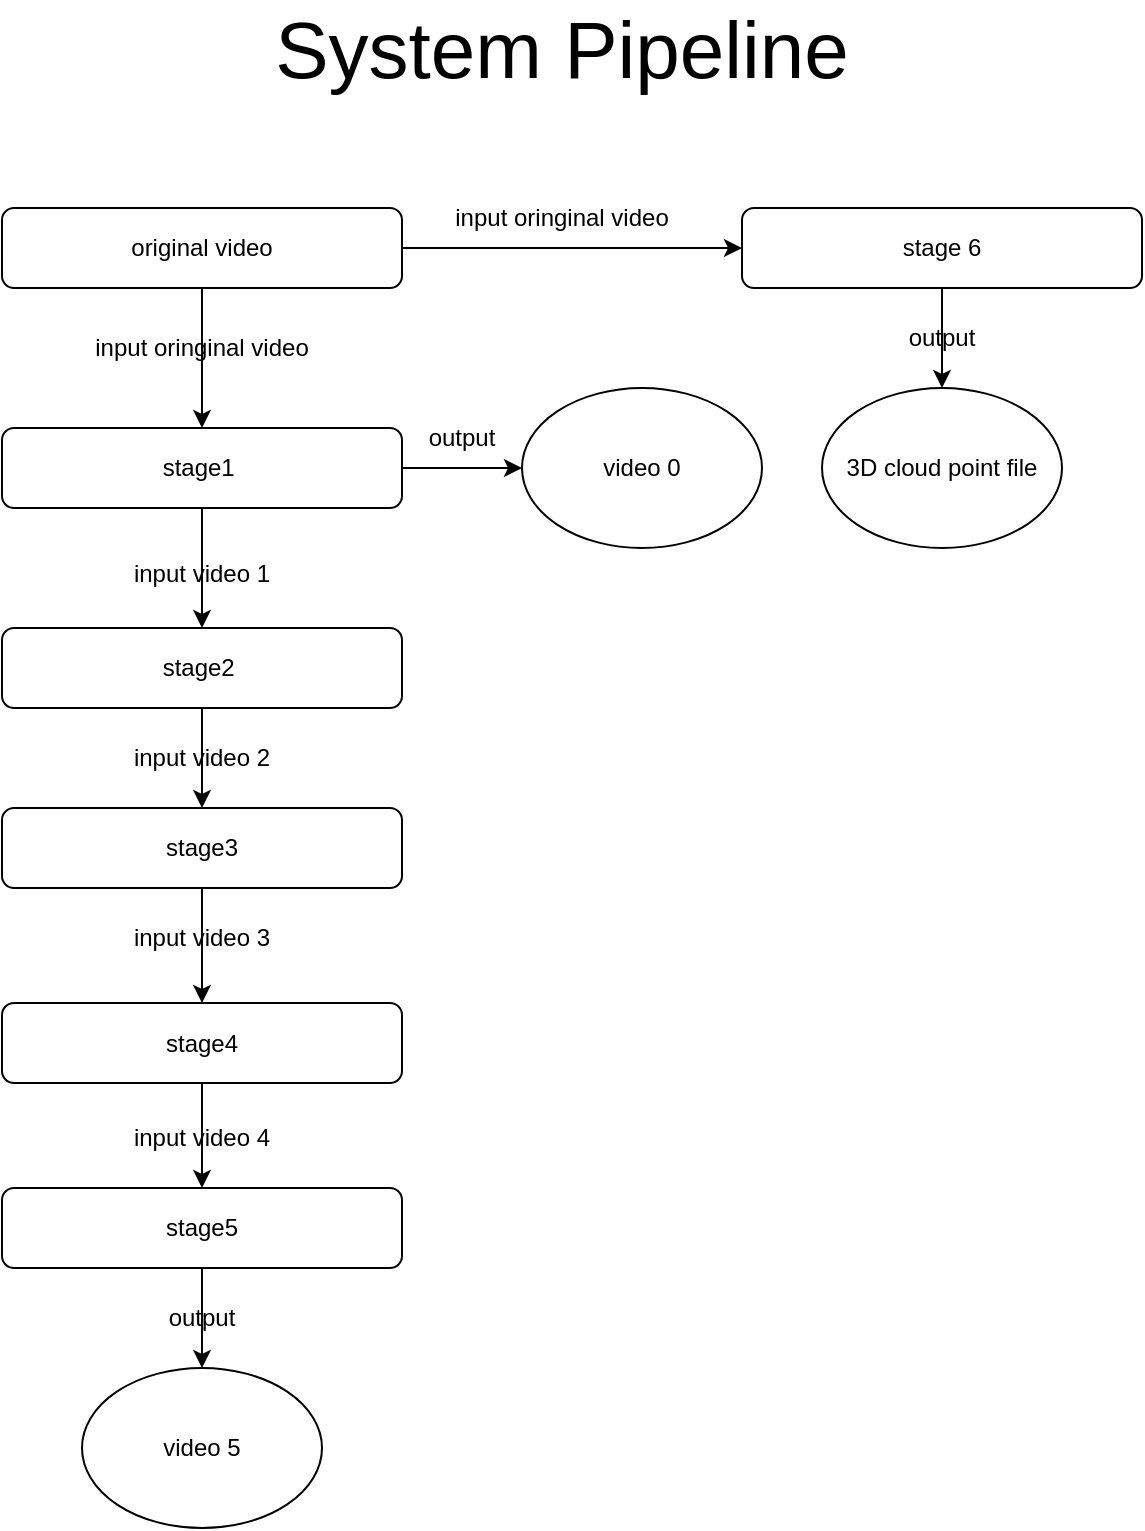
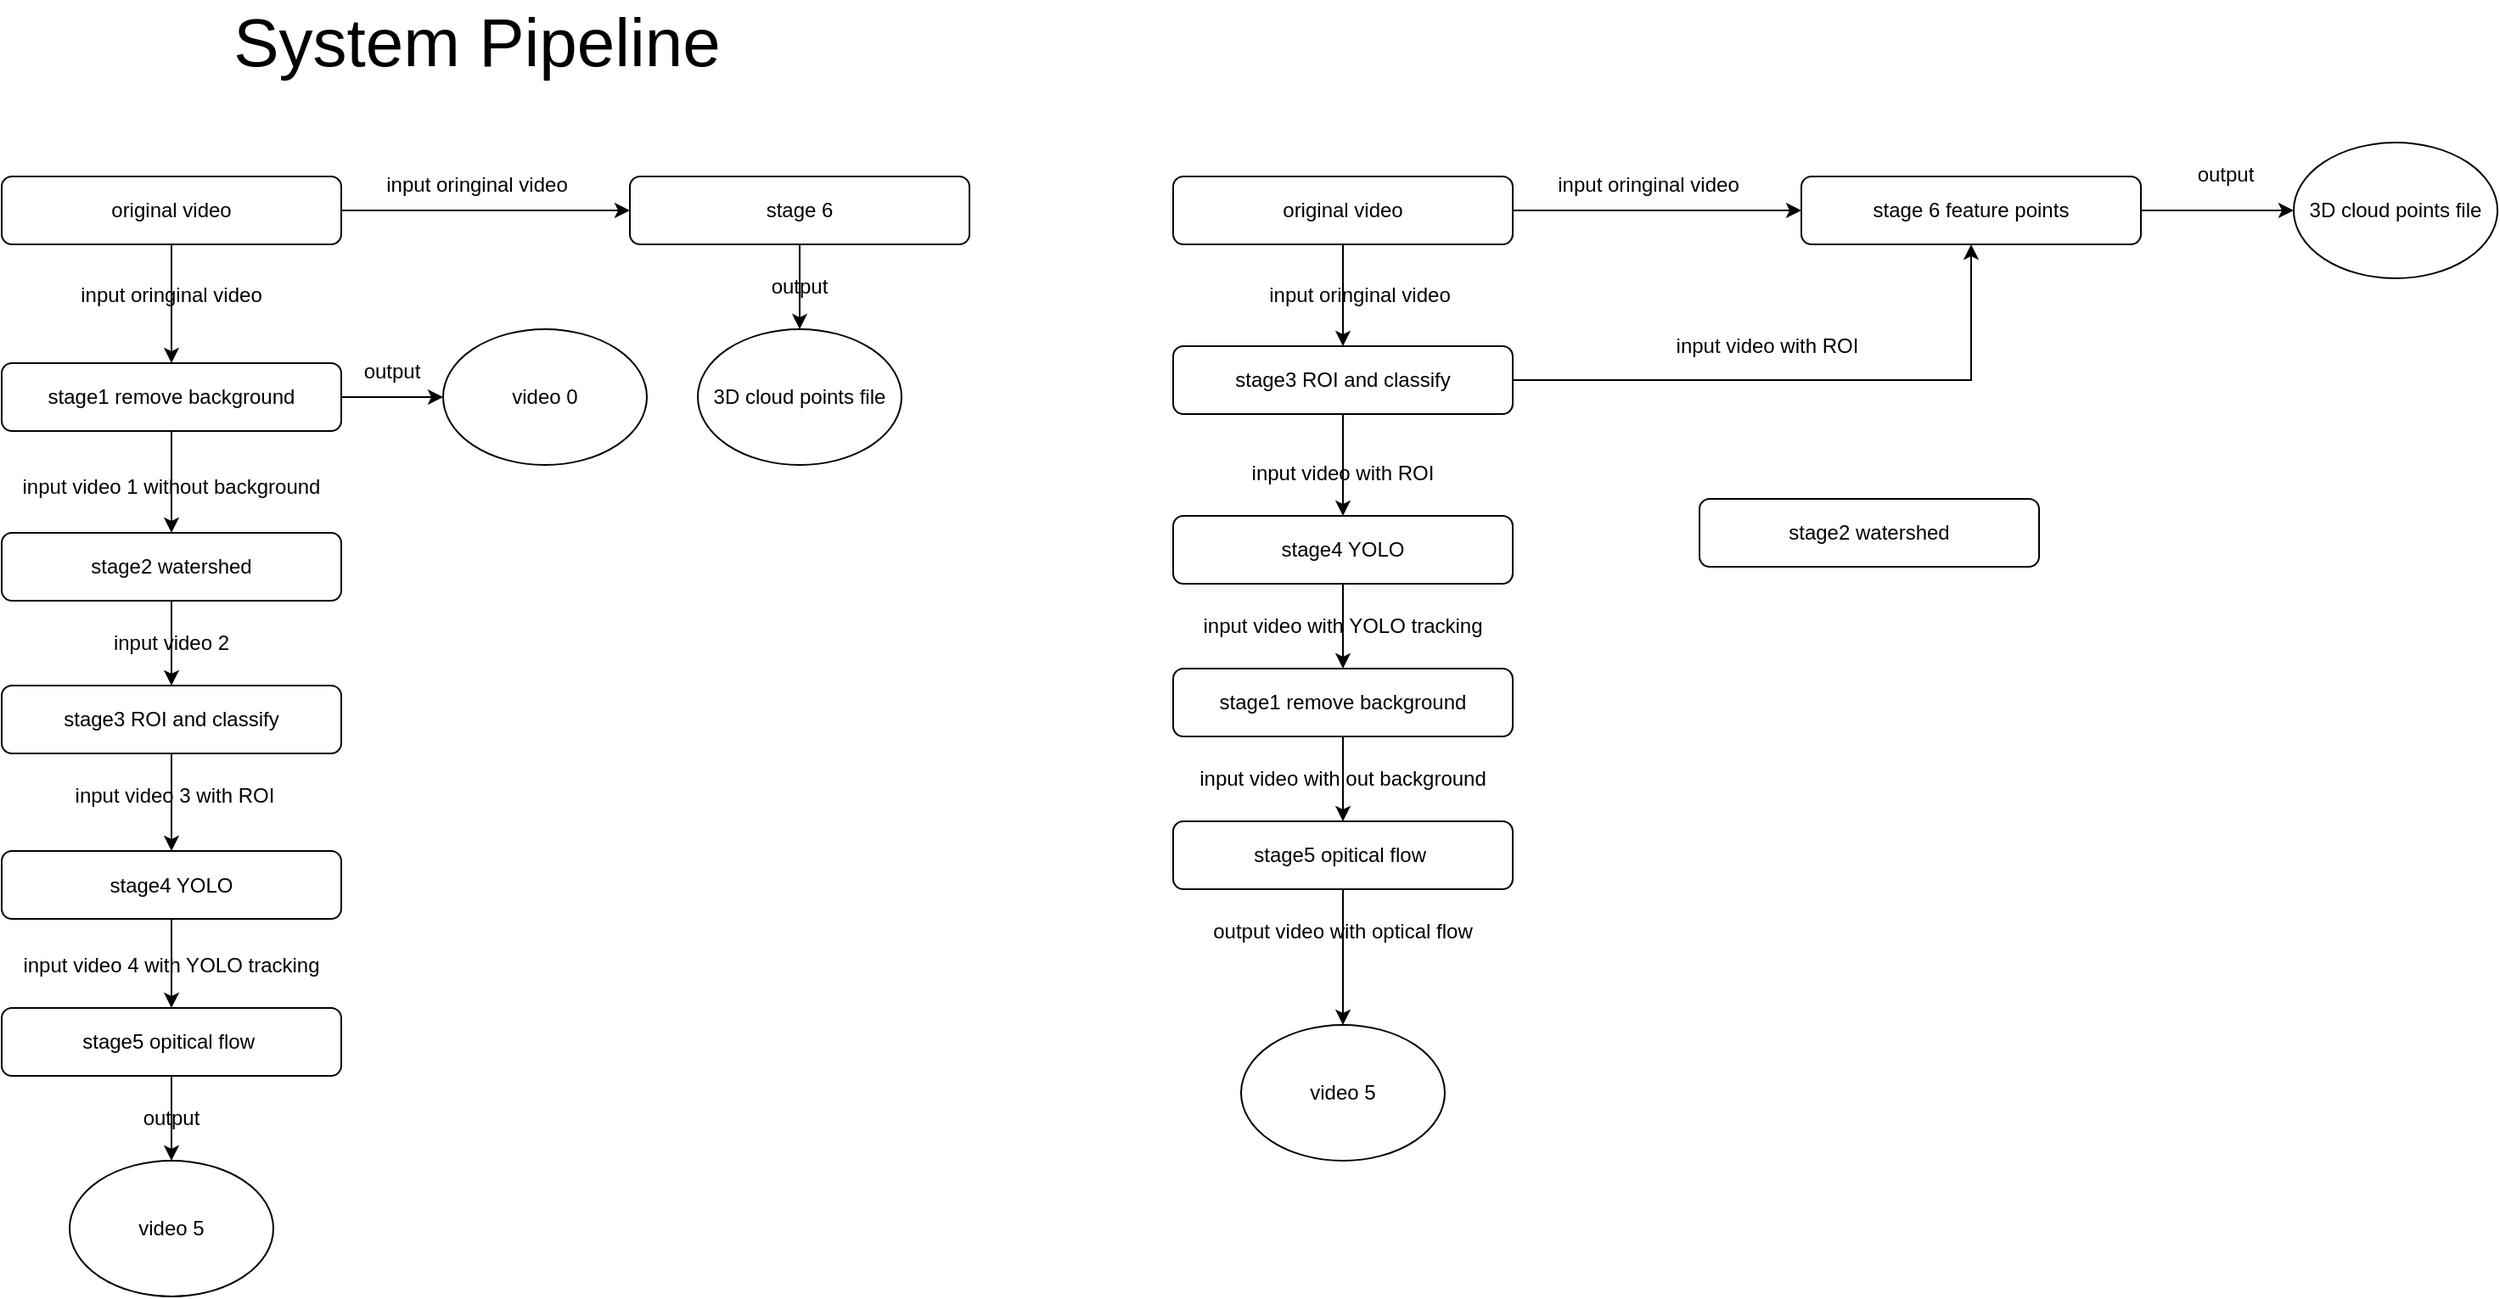
<mxfile host="app.diagrams.net">
  <diagram name="第 1 页" id="EDNaJZNnnwqxP0Wy0BaO">
-     <mxGraphModel dx="2068" dy="1084" grid="1" gridSize="10" guides="1" tooltips="1" connect="1" arrows="1" fold="1" page="1" pageScale="1" pageWidth="827" pageHeight="1169" math="0" shadow="0">
+     <mxGraphModel dx="1288" dy="779" grid="1" gridSize="10" guides="1" tooltips="1" connect="1" arrows="1" fold="1" page="1" pageScale="1" pageWidth="827" pageHeight="1169" math="0" shadow="0">
      <root>
        <mxCell id="0" />
        <mxCell id="1" parent="0" />
        <mxCell id="LqL7joPrmtTk0NlE0pl9-1" edge="1" parent="1" source="LqL7joPrmtTk0NlE0pl9-3" style="edgeStyle=orthogonalEdgeStyle;rounded=0;orthogonalLoop=1;jettySize=auto;html=1;" target="LqL7joPrmtTk0NlE0pl9-8" value="">
          <mxGeometry relative="1" as="geometry" />
        </mxCell>
        <mxCell id="LqL7joPrmtTk0NlE0pl9-2" edge="1" parent="1" source="LqL7joPrmtTk0NlE0pl9-3" style="edgeStyle=orthogonalEdgeStyle;rounded=0;orthogonalLoop=1;jettySize=auto;html=1;" target="LqL7joPrmtTk0NlE0pl9-24" value="">
          <mxGeometry relative="1" as="geometry" />
        </mxCell>
-         <mxCell id="LqL7joPrmtTk0NlE0pl9-3" parent="1" style="rounded=1;whiteSpace=wrap;html=1;" value="stage1&amp;nbsp;" vertex="1">
+         <mxCell id="LqL7joPrmtTk0NlE0pl9-3" parent="1" style="rounded=1;whiteSpace=wrap;html=1;" value="stage1 remove background" vertex="1">
          <mxGeometry height="40" width="200" x="410" y="520" as="geometry" />
        </mxCell>
        <mxCell id="LqL7joPrmtTk0NlE0pl9-4" edge="1" parent="1" source="LqL7joPrmtTk0NlE0pl9-6" style="edgeStyle=orthogonalEdgeStyle;rounded=0;orthogonalLoop=1;jettySize=auto;html=1;" target="LqL7joPrmtTk0NlE0pl9-3" value="">
          <mxGeometry relative="1" as="geometry" />
        </mxCell>
        <mxCell id="LqL7joPrmtTk0NlE0pl9-5" edge="1" parent="1" source="LqL7joPrmtTk0NlE0pl9-6" style="edgeStyle=orthogonalEdgeStyle;rounded=0;orthogonalLoop=1;jettySize=auto;html=1;" target="LqL7joPrmtTk0NlE0pl9-21" value="">
          <mxGeometry relative="1" as="geometry" />
        </mxCell>
        <mxCell id="LqL7joPrmtTk0NlE0pl9-6" parent="1" style="rounded=1;whiteSpace=wrap;html=1;" value="original video" vertex="1">
          <mxGeometry height="40" width="200" x="410" y="410" as="geometry" />
        </mxCell>
        <mxCell id="LqL7joPrmtTk0NlE0pl9-7" edge="1" parent="1" source="LqL7joPrmtTk0NlE0pl9-8" style="edgeStyle=orthogonalEdgeStyle;rounded=0;orthogonalLoop=1;jettySize=auto;html=1;" target="LqL7joPrmtTk0NlE0pl9-10" value="">
          <mxGeometry relative="1" as="geometry" />
        </mxCell>
-         <mxCell id="LqL7joPrmtTk0NlE0pl9-8" parent="1" style="rounded=1;whiteSpace=wrap;html=1;" value="stage2&amp;nbsp;" vertex="1">
+         <mxCell id="LqL7joPrmtTk0NlE0pl9-8" parent="1" style="rounded=1;whiteSpace=wrap;html=1;" value="stage2 watershed" vertex="1">
          <mxGeometry height="40" width="200" x="410" y="620" as="geometry" />
        </mxCell>
        <mxCell id="LqL7joPrmtTk0NlE0pl9-9" edge="1" parent="1" source="LqL7joPrmtTk0NlE0pl9-10" style="edgeStyle=orthogonalEdgeStyle;rounded=0;orthogonalLoop=1;jettySize=auto;html=1;" target="LqL7joPrmtTk0NlE0pl9-14" value="">
          <mxGeometry relative="1" as="geometry" />
        </mxCell>
-         <mxCell id="LqL7joPrmtTk0NlE0pl9-10" parent="1" style="rounded=1;whiteSpace=wrap;html=1;" value="stage3" vertex="1">
+         <mxCell id="LqL7joPrmtTk0NlE0pl9-10" parent="1" style="rounded=1;whiteSpace=wrap;html=1;" value="stage3 ROI and classify" vertex="1">
          <mxGeometry height="40" width="200" x="410" y="710" as="geometry" />
        </mxCell>
        <mxCell id="LqL7joPrmtTk0NlE0pl9-11" edge="1" parent="1" source="LqL7joPrmtTk0NlE0pl9-12" style="edgeStyle=orthogonalEdgeStyle;rounded=0;orthogonalLoop=1;jettySize=auto;html=1;" target="LqL7joPrmtTk0NlE0pl9-23" value="">
          <mxGeometry relative="1" as="geometry" />
        </mxCell>
-         <mxCell id="LqL7joPrmtTk0NlE0pl9-12" parent="1" style="rounded=1;whiteSpace=wrap;html=1;" value="stage5" vertex="1">
+         <mxCell id="LqL7joPrmtTk0NlE0pl9-12" parent="1" style="rounded=1;whiteSpace=wrap;html=1;" value="stage5 opitical flow&amp;nbsp;" vertex="1">
          <mxGeometry height="40" width="200" x="410" y="900" as="geometry" />
        </mxCell>
        <mxCell id="LqL7joPrmtTk0NlE0pl9-13" edge="1" parent="1" source="LqL7joPrmtTk0NlE0pl9-14" style="edgeStyle=orthogonalEdgeStyle;rounded=0;orthogonalLoop=1;jettySize=auto;html=1;" target="LqL7joPrmtTk0NlE0pl9-12" value="">
          <mxGeometry relative="1" as="geometry" />
        </mxCell>
-         <mxCell id="LqL7joPrmtTk0NlE0pl9-14" parent="1" style="rounded=1;whiteSpace=wrap;html=1;" value="stage4" vertex="1">
+         <mxCell id="LqL7joPrmtTk0NlE0pl9-14" parent="1" style="rounded=1;whiteSpace=wrap;html=1;" value="stage4 YOLO" vertex="1">
          <mxGeometry height="40" width="200" x="410" y="807.5" as="geometry" />
        </mxCell>
        <mxCell id="LqL7joPrmtTk0NlE0pl9-15" parent="1" style="text;html=1;whiteSpace=wrap;strokeColor=none;fillColor=none;align=center;verticalAlign=middle;rounded=0;" value="input oringinal video" vertex="1">
          <mxGeometry height="30" width="180" x="420" y="465" as="geometry" />
        </mxCell>
-         <mxCell id="LqL7joPrmtTk0NlE0pl9-16" parent="1" style="text;html=1;whiteSpace=wrap;strokeColor=none;fillColor=none;align=center;verticalAlign=middle;rounded=0;" value="input video 1" vertex="1">
+         <mxCell id="LqL7joPrmtTk0NlE0pl9-16" parent="1" style="text;html=1;whiteSpace=wrap;strokeColor=none;fillColor=none;align=center;verticalAlign=middle;rounded=0;" value="input video 1 without background" vertex="1">
          <mxGeometry height="30" width="180" x="420" y="577.5" as="geometry" />
        </mxCell>
        <mxCell id="LqL7joPrmtTk0NlE0pl9-17" parent="1" style="text;html=1;whiteSpace=wrap;strokeColor=none;fillColor=none;align=center;verticalAlign=middle;rounded=0;" value="input video 2" vertex="1">
          <mxGeometry height="30" width="180" x="420" y="670" as="geometry" />
        </mxCell>
-         <mxCell id="LqL7joPrmtTk0NlE0pl9-18" parent="1" style="text;html=1;whiteSpace=wrap;strokeColor=none;fillColor=none;align=center;verticalAlign=middle;rounded=0;" value="input video 3" vertex="1">
-           <mxGeometry height="30" width="180" x="420" y="760" as="geometry" />
+         <mxCell id="LqL7joPrmtTk0NlE0pl9-18" parent="1" style="text;html=1;whiteSpace=wrap;strokeColor=none;fillColor=none;align=center;verticalAlign=middle;rounded=0;" value="input video 3 with ROI" vertex="1">
+           <mxGeometry height="30" width="180" x="422" y="760" as="geometry" />
        </mxCell>
-         <mxCell id="LqL7joPrmtTk0NlE0pl9-19" parent="1" style="text;html=1;whiteSpace=wrap;strokeColor=none;fillColor=none;align=center;verticalAlign=middle;rounded=0;" value="input video 4" vertex="1">
+         <mxCell id="LqL7joPrmtTk0NlE0pl9-19" parent="1" style="text;html=1;whiteSpace=wrap;strokeColor=none;fillColor=none;align=center;verticalAlign=middle;rounded=0;" value="input video 4 with YOLO tracking" vertex="1">
          <mxGeometry height="30" width="180" x="420" y="860" as="geometry" />
        </mxCell>
        <mxCell id="LqL7joPrmtTk0NlE0pl9-20" edge="1" parent="1" source="LqL7joPrmtTk0NlE0pl9-21" style="edgeStyle=orthogonalEdgeStyle;rounded=0;orthogonalLoop=1;jettySize=auto;html=1;" target="LqL7joPrmtTk0NlE0pl9-25" value="">
          <mxGeometry relative="1" as="geometry" />
        </mxCell>
        <mxCell id="LqL7joPrmtTk0NlE0pl9-21" parent="1" style="rounded=1;whiteSpace=wrap;html=1;" value="stage 6" vertex="1">
          <mxGeometry height="40" width="200" x="780" y="410" as="geometry" />
        </mxCell>
        <mxCell id="LqL7joPrmtTk0NlE0pl9-22" parent="1" style="text;html=1;whiteSpace=wrap;strokeColor=none;fillColor=none;align=center;verticalAlign=middle;rounded=0;" value="input oringinal video" vertex="1">
          <mxGeometry height="30" width="180" x="600" y="400" as="geometry" />
        </mxCell>
        <mxCell id="LqL7joPrmtTk0NlE0pl9-23" parent="1" style="ellipse;whiteSpace=wrap;html=1;" value="video 5" vertex="1">
          <mxGeometry height="80" width="120" x="450" y="990" as="geometry" />
        </mxCell>
        <mxCell id="LqL7joPrmtTk0NlE0pl9-24" parent="1" style="ellipse;whiteSpace=wrap;html=1;" value="video 0" vertex="1">
          <mxGeometry height="80" width="120" x="670" y="500" as="geometry" />
        </mxCell>
-         <mxCell id="LqL7joPrmtTk0NlE0pl9-25" parent="1" style="ellipse;whiteSpace=wrap;html=1;" value="3D cloud point file" vertex="1">
+         <mxCell id="LqL7joPrmtTk0NlE0pl9-25" parent="1" style="ellipse;whiteSpace=wrap;html=1;" value="3D cloud points file" vertex="1">
          <mxGeometry height="80" width="120" x="820" y="500" as="geometry" />
        </mxCell>
        <mxCell id="LqL7joPrmtTk0NlE0pl9-26" parent="1" style="text;html=1;whiteSpace=wrap;strokeColor=none;fillColor=none;align=center;verticalAlign=middle;rounded=0;" value="output" vertex="1">
          <mxGeometry height="30" width="180" x="790" y="460" as="geometry" />
        </mxCell>
        <mxCell id="LqL7joPrmtTk0NlE0pl9-27" parent="1" style="text;html=1;whiteSpace=wrap;strokeColor=none;fillColor=none;align=center;verticalAlign=middle;rounded=0;" value="output" vertex="1">
          <mxGeometry height="30" width="180" x="550" y="510" as="geometry" />
        </mxCell>
        <mxCell id="LqL7joPrmtTk0NlE0pl9-28" parent="1" style="text;html=1;whiteSpace=wrap;strokeColor=none;fillColor=none;align=center;verticalAlign=middle;rounded=0;" value="output" vertex="1">
          <mxGeometry height="30" width="180" x="420" y="950" as="geometry" />
        </mxCell>
        <mxCell id="LqL7joPrmtTk0NlE0pl9-29" parent="1" style="text;html=1;whiteSpace=wrap;strokeColor=none;fillColor=none;align=center;verticalAlign=middle;rounded=0;" value="&lt;span style=&quot;text-align: left;&quot;&gt;&lt;font style=&quot;font-size: 40px;&quot;&gt;System Pipeline&lt;/font&gt;&lt;/span&gt;" vertex="1">
          <mxGeometry height="40" width="400" x="490" y="310" as="geometry" />
        </mxCell>
+         <mxCell id="VIaz_GR1P35Ysxikfubc-36" edge="1" parent="1" source="VIaz_GR1P35Ysxikfubc-3" style="edgeStyle=orthogonalEdgeStyle;rounded=0;orthogonalLoop=1;jettySize=auto;html=1;" target="VIaz_GR1P35Ysxikfubc-12" value="">
+           <mxGeometry relative="1" as="geometry" />
+         </mxCell>
+         <mxCell id="VIaz_GR1P35Ysxikfubc-3" parent="1" style="rounded=1;whiteSpace=wrap;html=1;" value="stage1 remove background" vertex="1">
+           <mxGeometry height="40" width="200" x="1100" y="700" as="geometry" />
+         </mxCell>
+         <mxCell id="VIaz_GR1P35Ysxikfubc-5" edge="1" parent="1" source="VIaz_GR1P35Ysxikfubc-6" style="edgeStyle=orthogonalEdgeStyle;rounded=0;orthogonalLoop=1;jettySize=auto;html=1;" target="VIaz_GR1P35Ysxikfubc-21" value="">
+           <mxGeometry relative="1" as="geometry" />
+         </mxCell>
+         <mxCell id="VIaz_GR1P35Ysxikfubc-38" edge="1" parent="1" source="VIaz_GR1P35Ysxikfubc-6" style="edgeStyle=orthogonalEdgeStyle;rounded=0;orthogonalLoop=1;jettySize=auto;html=1;" target="VIaz_GR1P35Ysxikfubc-10" value="">
+           <mxGeometry relative="1" as="geometry" />
+         </mxCell>
+         <mxCell id="VIaz_GR1P35Ysxikfubc-6" parent="1" style="rounded=1;whiteSpace=wrap;html=1;" value="original video" vertex="1">
+           <mxGeometry height="40" width="200" x="1100" y="410" as="geometry" />
+         </mxCell>
+         <mxCell id="VIaz_GR1P35Ysxikfubc-8" parent="1" style="rounded=1;whiteSpace=wrap;html=1;" value="stage2 watershed" vertex="1">
+           <mxGeometry height="40" width="200" x="1410" y="600" as="geometry" />
+         </mxCell>
+         <mxCell id="VIaz_GR1P35Ysxikfubc-31" edge="1" parent="1" source="VIaz_GR1P35Ysxikfubc-10" style="edgeStyle=orthogonalEdgeStyle;rounded=0;orthogonalLoop=1;jettySize=auto;html=1;" target="VIaz_GR1P35Ysxikfubc-14" value="">
+           <mxGeometry relative="1" as="geometry" />
+         </mxCell>
+         <mxCell id="VIaz_GR1P35Ysxikfubc-40" edge="1" parent="1" source="VIaz_GR1P35Ysxikfubc-10" style="edgeStyle=orthogonalEdgeStyle;rounded=0;orthogonalLoop=1;jettySize=auto;html=1;" target="VIaz_GR1P35Ysxikfubc-21" value="">
+           <mxGeometry relative="1" as="geometry" />
+         </mxCell>
+         <mxCell id="VIaz_GR1P35Ysxikfubc-10" parent="1" style="rounded=1;whiteSpace=wrap;html=1;" value="stage3 ROI and classify" vertex="1">
+           <mxGeometry height="40" width="200" x="1100" y="510" as="geometry" />
+         </mxCell>
+         <mxCell id="VIaz_GR1P35Ysxikfubc-11" edge="1" parent="1" source="VIaz_GR1P35Ysxikfubc-12" style="edgeStyle=orthogonalEdgeStyle;rounded=0;orthogonalLoop=1;jettySize=auto;html=1;" target="VIaz_GR1P35Ysxikfubc-23" value="">
+           <mxGeometry relative="1" as="geometry" />
+         </mxCell>
+         <mxCell id="VIaz_GR1P35Ysxikfubc-12" parent="1" style="rounded=1;whiteSpace=wrap;html=1;" value="stage5 opitical flow&amp;nbsp;" vertex="1">
+           <mxGeometry height="40" width="200" x="1100" y="790" as="geometry" />
+         </mxCell>
+         <mxCell id="VIaz_GR1P35Ysxikfubc-35" edge="1" parent="1" source="VIaz_GR1P35Ysxikfubc-14" style="edgeStyle=orthogonalEdgeStyle;rounded=0;orthogonalLoop=1;jettySize=auto;html=1;" target="VIaz_GR1P35Ysxikfubc-3" value="">
+           <mxGeometry relative="1" as="geometry" />
+         </mxCell>
+         <mxCell id="VIaz_GR1P35Ysxikfubc-14" parent="1" style="rounded=1;whiteSpace=wrap;html=1;" value="stage4 YOLO" vertex="1">
+           <mxGeometry height="40" width="200" x="1100" y="610" as="geometry" />
+         </mxCell>
+         <mxCell id="VIaz_GR1P35Ysxikfubc-15" parent="1" style="text;html=1;whiteSpace=wrap;strokeColor=none;fillColor=none;align=center;verticalAlign=middle;rounded=0;" value="input oringinal video" vertex="1">
+           <mxGeometry height="30" width="180" x="1120" y="465" as="geometry" />
+         </mxCell>
+         <mxCell id="VIaz_GR1P35Ysxikfubc-16" parent="1" style="text;html=1;whiteSpace=wrap;strokeColor=none;fillColor=none;align=center;verticalAlign=middle;rounded=0;" value="input video with out background" vertex="1">
+           <mxGeometry height="30" width="180" x="1110" y="750" as="geometry" />
+         </mxCell>
+         <mxCell id="VIaz_GR1P35Ysxikfubc-18" parent="1" style="text;html=1;whiteSpace=wrap;strokeColor=none;fillColor=none;align=center;verticalAlign=middle;rounded=0;" value="input video with ROI" vertex="1">
+           <mxGeometry height="30" width="180" x="1110" y="570" as="geometry" />
+         </mxCell>
+         <mxCell id="VIaz_GR1P35Ysxikfubc-19" parent="1" style="text;html=1;whiteSpace=wrap;strokeColor=none;fillColor=none;align=center;verticalAlign=middle;rounded=0;" value="input video with YOLO tracking" vertex="1">
+           <mxGeometry height="30" width="180" x="1110" y="660" as="geometry" />
+         </mxCell>
+         <mxCell id="VIaz_GR1P35Ysxikfubc-45" edge="1" parent="1" source="VIaz_GR1P35Ysxikfubc-21" style="edgeStyle=orthogonalEdgeStyle;rounded=0;orthogonalLoop=1;jettySize=auto;html=1;" target="VIaz_GR1P35Ysxikfubc-25" value="">
+           <mxGeometry relative="1" as="geometry" />
+         </mxCell>
+         <mxCell id="VIaz_GR1P35Ysxikfubc-21" parent="1" style="rounded=1;whiteSpace=wrap;html=1;" value="stage 6 feature points" vertex="1">
+           <mxGeometry height="40" width="200" x="1470" y="410" as="geometry" />
+         </mxCell>
+         <mxCell id="VIaz_GR1P35Ysxikfubc-22" parent="1" style="text;html=1;whiteSpace=wrap;strokeColor=none;fillColor=none;align=center;verticalAlign=middle;rounded=0;" value="input oringinal video" vertex="1">
+           <mxGeometry height="30" width="160" x="1300" y="400" as="geometry" />
+         </mxCell>
+         <mxCell id="VIaz_GR1P35Ysxikfubc-23" parent="1" style="ellipse;whiteSpace=wrap;html=1;" value="video 5" vertex="1">
+           <mxGeometry height="80" width="120" x="1140" y="910" as="geometry" />
+         </mxCell>
+         <mxCell id="VIaz_GR1P35Ysxikfubc-25" parent="1" style="ellipse;whiteSpace=wrap;html=1;" value="3D cloud points file" vertex="1">
+           <mxGeometry height="80" width="120" x="1760" y="390" as="geometry" />
+         </mxCell>
+         <mxCell id="VIaz_GR1P35Ysxikfubc-26" parent="1" style="text;html=1;whiteSpace=wrap;strokeColor=none;fillColor=none;align=center;verticalAlign=middle;rounded=0;" value="output" vertex="1">
+           <mxGeometry height="38.75" width="120" x="1660" y="390" as="geometry" />
+         </mxCell>
+         <mxCell id="VIaz_GR1P35Ysxikfubc-28" parent="1" style="text;html=1;whiteSpace=wrap;strokeColor=none;fillColor=none;align=center;verticalAlign=middle;rounded=0;" value="output video with optical flow" vertex="1">
+           <mxGeometry height="30" width="180" x="1110" y="840" as="geometry" />
+         </mxCell>
+         <mxCell id="VIaz_GR1P35Ysxikfubc-30" edge="1" parent="1" source="VIaz_GR1P35Ysxikfubc-10" style="edgeStyle=orthogonalEdgeStyle;rounded=0;orthogonalLoop=1;jettySize=auto;html=1;innerLoopWaypoints=1;exitX=0.5;exitY=1;exitDx=0;exitDy=0;" target="VIaz_GR1P35Ysxikfubc-10">
+           <mxGeometry relative="1" as="geometry" />
+         </mxCell>
+         <mxCell id="VIaz_GR1P35Ysxikfubc-42" parent="1" style="text;html=1;whiteSpace=wrap;strokeColor=none;fillColor=none;align=center;verticalAlign=middle;rounded=0;" value="input video with ROI" vertex="1">
+           <mxGeometry height="30" width="180" x="1360" y="495" as="geometry" />
+         </mxCell>
      </root>
    </mxGraphModel>
  </diagram>
</mxfile>
